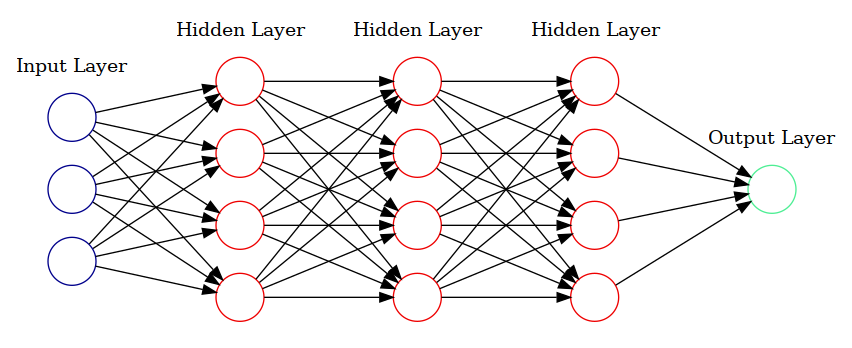
Earlier version of the Graphviz export Thesis/resources/related_works/nn.gv.png (vladim0105/MasterThesis). Its source is kept beside it as Thesis/resources/related_works/nn.gv.
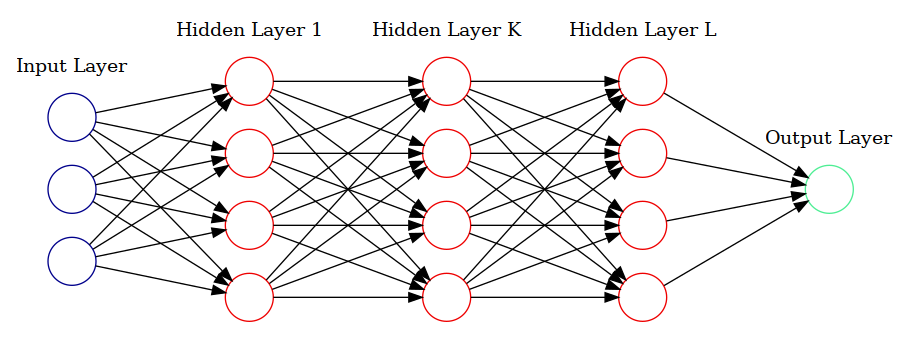
Later version of the same file.

Change to the diagram source:
```diff
@@ -16,19 +16,19 @@
 		color=white;
 		node [style=solid,color=red2, shape=circle];
 		a11 a12 a13 a14;
-		label = "Hidden Layer";
+		label = "Hidden Layer 1";
 	}
     subgraph cluster_2 {
 		color=white;
 		node [style=solid,color=red2, shape=circle];
 		a21 a22 a23 a24;
-		label = "Hidden Layer";
+		label = "Hidden Layer K";
 	}
     subgraph cluster_3 {
 		color=white;
 		node [style=solid,color=red2, shape=circle];
 		a31 a32 a33 a34;
-		label = "Hidden Layer";
+		label = "Hidden Layer L";
 	}
 	subgraph cluster_4 {
 		color=white;
```
